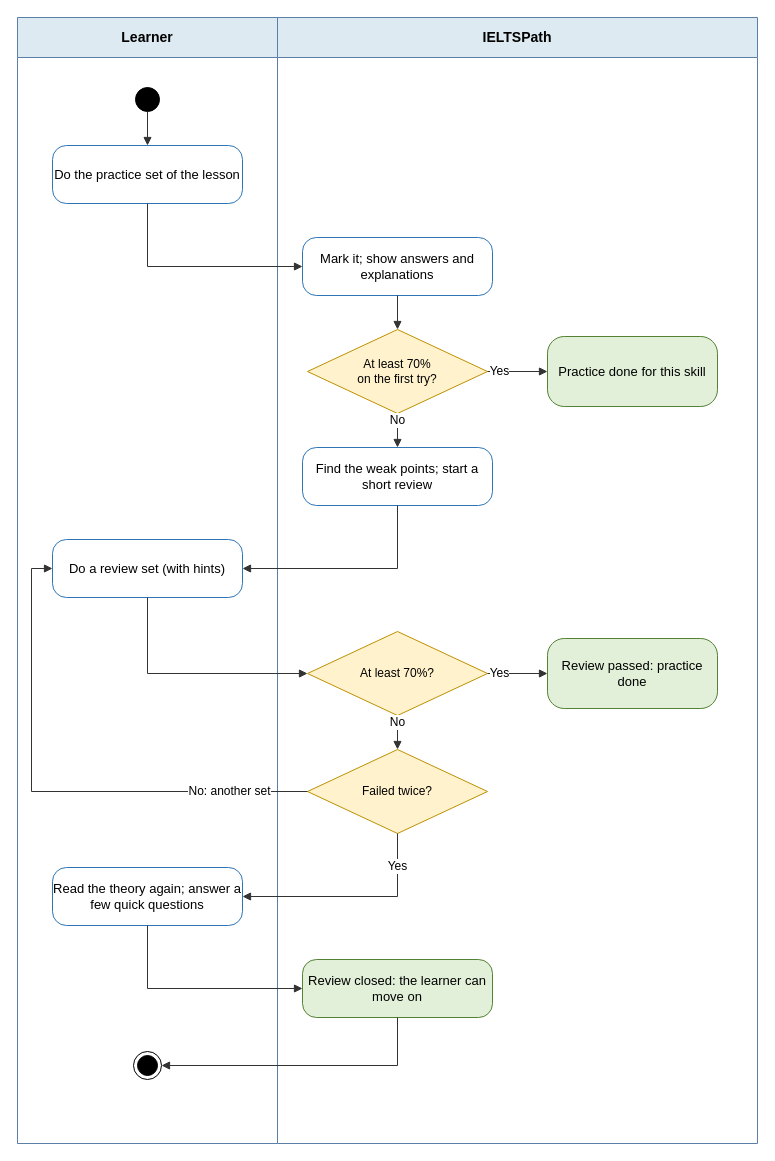
Earlier version of the draw.io diagram page "SC-03 Activity" (3 of 4) of capstone-docs/rp_3.0_system-requirements-system/diagram_script/part2-diagrams/IELTSPath_Scenarios.drawio (IeltsPath-Platform/backend). Source tidied: cells renumbered, new cells numbered last; positions are measured from the earlier drawing's top-left corner, leaving out a move shared by most shapes. Both pictures are drawn from the tidied source at 100%, with x=0, y=0 at pixel (17, 17).
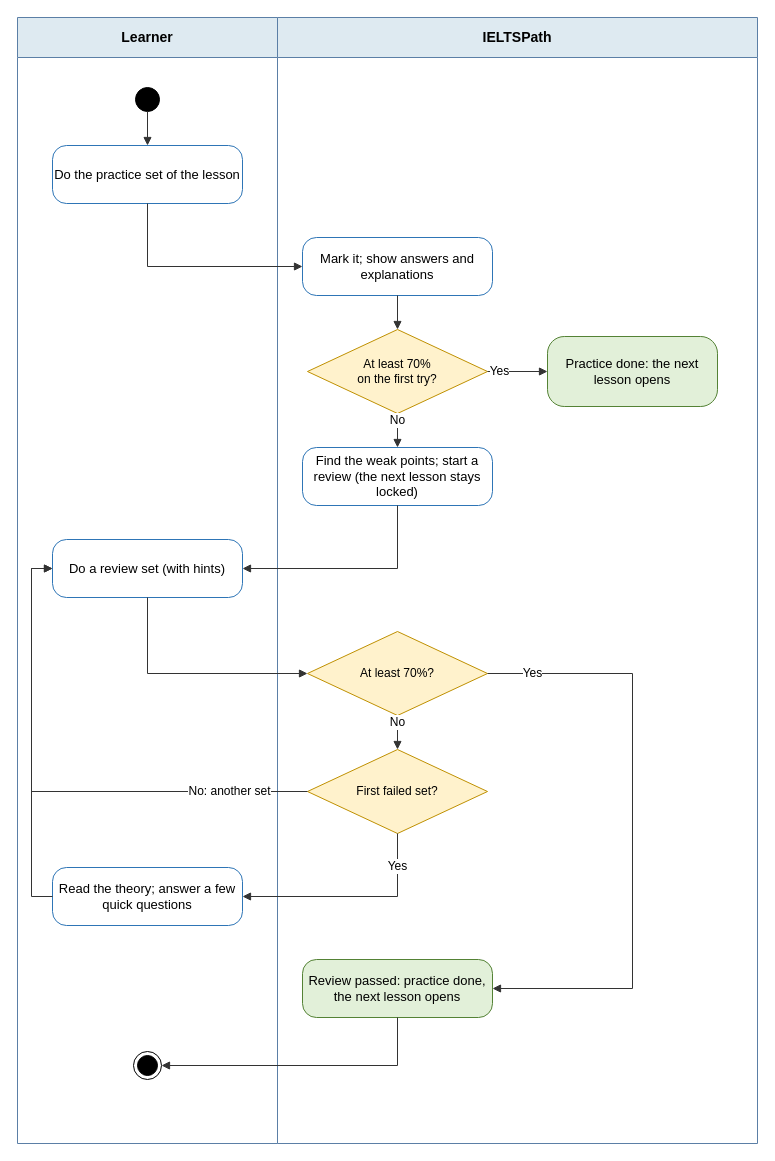
The same page after the edit.

The change refers to these unchanged cells:
```xml
<mxCell id="10" value="Do a review set (with hints)" style="rounded=1;arcSize=24;whiteSpace=wrap;html=1;fillColor=#FFFFFF;strokeColor=#2E75B6;fontSize=13;" parent="1" vertex="1">
  <mxGeometry x="35" y="522" width="190" height="58" as="geometry" />
</mxCell>
<mxCell id="11" value="At least 70%?" style="rhombus;whiteSpace=wrap;html=1;fillColor=#FFF2CC;strokeColor=#BF9000;fontSize=12;" parent="1" vertex="1">
  <mxGeometry x="290" y="614" width="180" height="84" as="geometry" />
</mxCell>
```

Diff of the diagram source:
```diff
@@
-    <mxCell id="8" value="Practice done for this skill" style="rounded=1;arcSize=24;whiteSpace=wrap;html=1;fillColor=#E2F0D9;strokeColor=#548235;fontSize=13;" parent="1" vertex="1">
+    <mxCell id="8" value="Practice done: the next lesson opens" style="rounded=1;arcSize=24;whiteSpace=wrap;html=1;fillColor=#E2F0D9;strokeColor=#548235;fontSize=13;" parent="1" vertex="1">
       <mxGeometry x="530" y="319" width="170" height="70" as="geometry" />
     </mxCell>
-    <mxCell id="9" value="Find the weak points; start a short review" style="rounded=1;arcSize=24;whiteSpace=wrap;html=1;fillColor=#FFFFFF;strokeColor=#2E75B6;fontSize=13;" parent="1" vertex="1">
+    <mxCell id="9" value="Find the weak points; start a review (the next lesson stays locked)" style="rounded=1;arcSize=24;whiteSpace=wrap;html=1;fillColor=#FFFFFF;strokeColor=#2E75B6;fontSize=13;" parent="1" vertex="1">
       <mxGeometry x="285" y="430" width="190" height="58" as="geometry" />
     </mxCell>
@@
-    <mxCell id="12" value="Review passed: practice done" style="rounded=1;arcSize=24;whiteSpace=wrap;html=1;fillColor=#E2F0D9;strokeColor=#548235;fontSize=13;" parent="1" vertex="1">
-      <mxGeometry x="530" y="621" width="170" height="70" as="geometry" />
-    </mxCell>
-    <mxCell id="13" value="Failed twice?" style="rhombus;whiteSpace=wrap;html=1;fillColor=#FFF2CC;strokeColor=#BF9000;fontSize=12;" parent="1" vertex="1">
+    <mxCell id="13" value="First failed set?" style="rhombus;whiteSpace=wrap;html=1;fillColor=#FFF2CC;strokeColor=#BF9000;fontSize=12;" parent="1" vertex="1">
       <mxGeometry x="290" y="732" width="180" height="84" as="geometry" />
     </mxCell>
-    <mxCell id="14" value="Read the theory again; answer a few quick questions" style="rounded=1;arcSize=24;whiteSpace=wrap;html=1;fillColor=#FFFFFF;strokeColor=#2E75B6;fontSize=13;" parent="1" vertex="1">
+    <mxCell id="14" value="Read the theory; answer a few quick questions" style="rounded=1;arcSize=24;whiteSpace=wrap;html=1;fillColor=#FFFFFF;strokeColor=#2E75B6;fontSize=13;" parent="1" vertex="1">
       <mxGeometry x="35" y="850" width="190" height="58" as="geometry" />
     </mxCell>
-    <mxCell id="15" value="Review closed: the learner can move on" style="rounded=1;arcSize=24;whiteSpace=wrap;html=1;fillColor=#E2F0D9;strokeColor=#548235;fontSize=13;" parent="1" vertex="1">
+    <mxCell id="15" value="Review passed: practice done, the next lesson opens" style="rounded=1;arcSize=24;whiteSpace=wrap;html=1;fillColor=#E2F0D9;strokeColor=#548235;fontSize=13;" parent="1" vertex="1">
       <mxGeometry x="285" y="942" width="190" height="58" as="geometry" />
     </mxCell>
@@
-    <mxCell id="24" value="Yes" style="edgeStyle=none;rounded=0;html=1;endArrow=block;endFill=1;strokeColor=#333333;fontSize=12;labelBackgroundColor=#FFFFFF;" parent="1" edge="1" source="11" target="12">
-      <mxGeometry x="-0.6" relative="1" as="geometry" />
+    <mxCell id="24" value="Yes" style="edgeStyle=none;rounded=0;html=1;endArrow=block;endFill=1;strokeColor=#333333;fontSize=12;labelBackgroundColor=#FFFFFF;" parent="1" edge="1" source="11" target="15">
+      <mxGeometry x="-0.85" relative="1" as="geometry">
+        <Array as="points">
+          <mxPoint x="615" y="656" />
+          <mxPoint x="615" y="971" />
+        </Array>
+      </mxGeometry>
     </mxCell>
@@
-    <mxCell id="28" style="edgeStyle=none;rounded=0;html=1;endArrow=block;endFill=1;strokeColor=#333333;fontSize=12;labelBackgroundColor=#FFFFFF;" parent="1" edge="1" source="14" target="15">
+    <mxCell id="28" style="edgeStyle=none;rounded=0;html=1;endArrow=block;endFill=1;strokeColor=#333333;fontSize=12;labelBackgroundColor=#FFFFFF;" parent="1" edge="1" source="14" target="10">
       <mxGeometry relative="1" as="geometry">
         <Array as="points">
-          <mxPoint x="130" y="971" />
+          <mxPoint x="14" y="879" />
+          <mxPoint x="14" y="551" />
         </Array>
       </mxGeometry>
     </mxCell>
```
